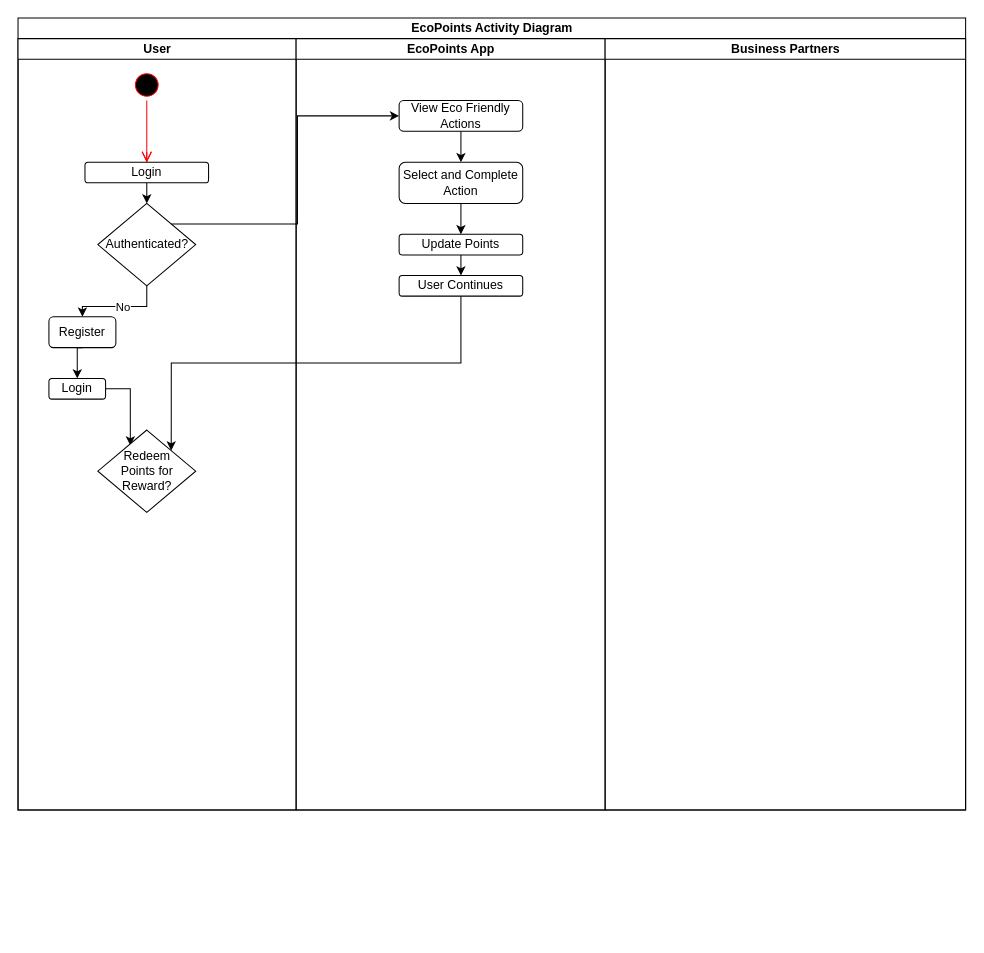
The draw.io diagram Untitled Diagram.drawio in biabcp/Test-Only, before the edit. Source tidied: cells renumbered, new cells numbered last; positions are measured from the earlier drawing's top-left corner, leaving out a move shared by most shapes. Both pictures are drawn from the tidied source at 103%, with x=0, y=0 at pixel (18, 18).
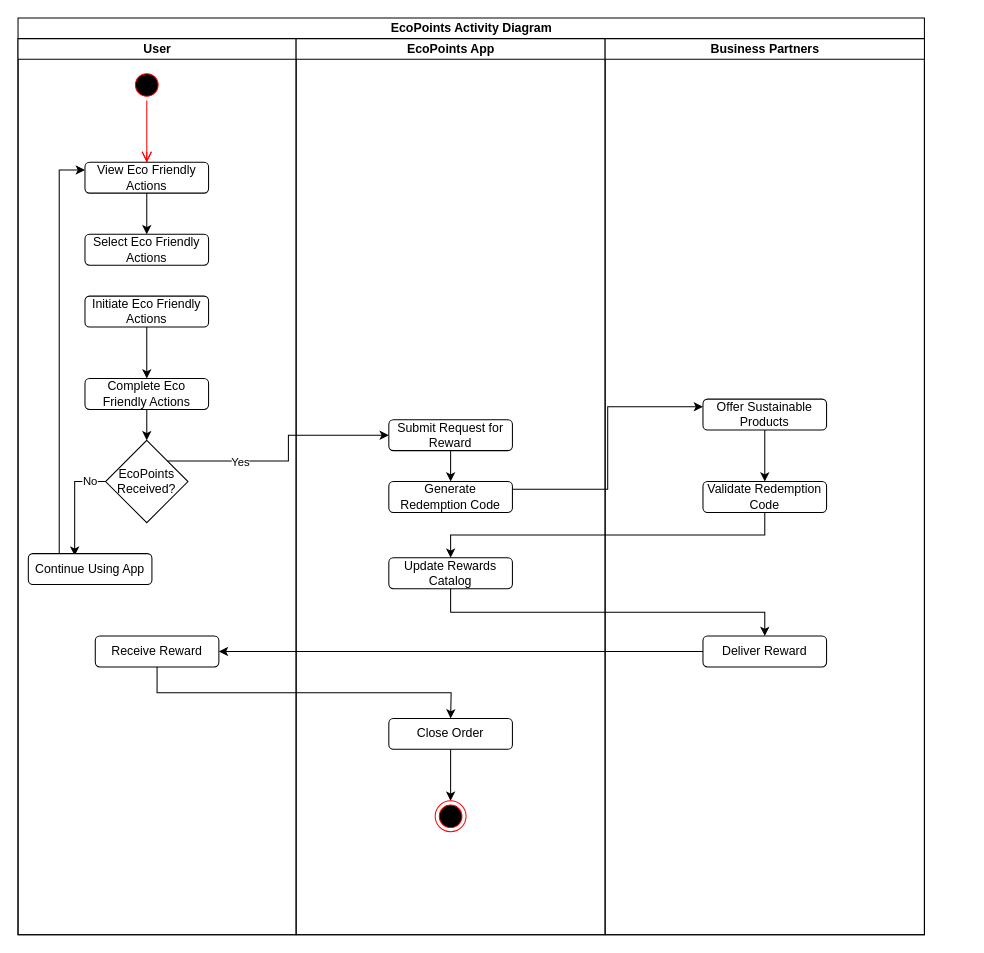
Above is the later version.

Commit message:
EcoPoints Activity Diagram.drawio

What changed in the source:
```diff
@@
     <mxCell id="2" value="EcoPoints Activity Diagram" style="swimlane;startSize=20;html=1;" parent="1" vertex="1">
-      <mxGeometry width="920" height="769" as="geometry" />
+      <mxGeometry width="880" height="890" as="geometry" />
     </mxCell>
     <mxCell id="3" value="User" style="swimlane;startSize=20;html=1;" parent="2" vertex="1">
-      <mxGeometry y="20" width="270" height="749" as="geometry" />
+      <mxGeometry y="20" width="270" height="870" as="geometry" />
     </mxCell>
@@
-    <mxCell id="6" style="edgeStyle=orthogonalEdgeStyle;rounded=0;jettySize=auto;html=1;exitX=0.5;exitY=1;exitDx=0;exitDy=0;entryX=0.5;entryY=0;entryDx=0;entryDy=0;" parent="3" edge="1" source="7" target="11">
-      <mxGeometry relative="1" as="geometry" />
-    </mxCell>
+    <mxCell id="28" style="edgeStyle=orthogonalEdgeStyle;rounded=0;jettySize=auto;html=1;exitX=0.5;exitY=1;exitDx=0;exitDy=0;entryX=0.5;entryY=0;entryDx=0;entryDy=0;" parent="3" edge="1" source="7" target="29">
+      <mxGeometry relative="1" as="geometry" />
+    </mxCell>
-    <mxCell id="7" value="Login" style="rounded=1;whiteSpace=wrap;html=1;" parent="3" vertex="1">
-      <mxGeometry x="65" y="120" width="120" height="20" as="geometry" />
+    <mxCell id="7" value="View Eco Friendly Actions" style="rounded=1;whiteSpace=wrap;html=1;" parent="3" vertex="1">
+      <mxGeometry x="65" y="120" width="120" height="30" as="geometry" />
     </mxCell>
@@
-    <mxCell id="9" style="edgeStyle=orthogonalEdgeStyle;rounded=0;jettySize=auto;html=1;exitX=0.5;exitY=1;exitDx=0;exitDy=0;entryX=0.5;entryY=0;entryDx=0;entryDy=0;" parent="3" edge="1" source="11" target="15">
-      <mxGeometry relative="1" as="geometry" />
-    </mxCell>
+    <mxCell id="29" value="Select Eco Friendly Actions" style="rounded=1;whiteSpace=wrap;html=1;" parent="3" vertex="1">
+      <mxGeometry x="65" y="190" width="120" height="30" as="geometry" />
+    </mxCell>
+    <mxCell id="30" style="edgeStyle=orthogonalEdgeStyle;rounded=0;jettySize=auto;html=1;exitX=0.5;exitY=1;exitDx=0;exitDy=0;entryX=0.5;entryY=0;entryDx=0;entryDy=0;" parent="3" edge="1" source="31" target="35">
+      <mxGeometry relative="1" as="geometry" />
+    </mxCell>
+    <mxCell id="31" value="Complete Eco Friendly Actions" style="rounded=1;whiteSpace=wrap;html=1;" parent="3" vertex="1">
+      <mxGeometry x="65" y="330" width="120" height="30" as="geometry" />
+    </mxCell>
+    <mxCell id="32" style="edgeStyle=orthogonalEdgeStyle;rounded=0;jettySize=auto;html=1;exitX=0.5;exitY=1;exitDx=0;exitDy=0;entryX=0.5;entryY=0;entryDx=0;entryDy=0;" parent="3" edge="1" source="33" target="31">
+      <mxGeometry relative="1" as="geometry" />
+    </mxCell>
+    <mxCell id="33" value="Initiate Eco Friendly Actions" style="rounded=1;whiteSpace=wrap;html=1;" parent="3" vertex="1">
+      <mxGeometry x="65" y="250" width="120" height="30" as="geometry" />
+    </mxCell>
+    <mxCell id="34" style="edgeStyle=orthogonalEdgeStyle;rounded=0;jettySize=auto;html=1;exitX=0;exitY=0.5;exitDx=0;exitDy=0;entryX=0.375;entryY=0.067;entryDx=0;entryDy=0;entryPerimeter=0;" parent="3" edge="1" source="35" target="37">
+      <mxGeometry relative="1" as="geometry" />
+    </mxCell>
-    <mxCell id="10" value="No" style="edgeLabel;html=1;align=center;verticalAlign=middle;" parent="9" vertex="1">
-      <mxGeometry x="-0.05" relative="1" as="geometry" />
+    <mxCell id="10" value="No" style="edgeLabel;html=1;align=center;verticalAlign=middle;" parent="34" vertex="1">
+      <mxGeometry x="-0.69" y="-1" relative="1" as="geometry" />
     </mxCell>
-    <mxCell id="11" value="Authenticated?" style="rhombus;whiteSpace=wrap;html=1;" parent="3" vertex="1">
-      <mxGeometry x="77.5" y="160" width="95" height="80" as="geometry" />
-    </mxCell>
-    <mxCell id="12" style="edgeStyle=orthogonalEdgeStyle;rounded=0;jettySize=auto;html=1;exitX=1;exitY=0.5;exitDx=0;exitDy=0;entryX=0.332;entryY=0.188;entryDx=0;entryDy=0;entryPerimeter=0;" parent="3" edge="1" source="13" target="16">
-      <mxGeometry relative="1" as="geometry" />
-    </mxCell>
-    <mxCell id="13" value="Login" style="rounded=1;whiteSpace=wrap;html=1;" parent="3" vertex="1">
-      <mxGeometry x="30" y="330" width="55" height="20" as="geometry" />
-    </mxCell>
-    <mxCell id="14" style="edgeStyle=orthogonalEdgeStyle;rounded=0;jettySize=auto;html=1;exitX=0.5;exitY=1;exitDx=0;exitDy=0;entryX=0.5;entryY=0;entryDx=0;entryDy=0;" parent="3" edge="1" source="15" target="13">
-      <mxGeometry relative="1" as="geometry" />
-    </mxCell>
-    <mxCell id="15" value="Register" style="rounded=1;whiteSpace=wrap;html=1;" parent="3" vertex="1">
-      <mxGeometry x="30" y="270" width="65" height="30" as="geometry" />
-    </mxCell>
-    <mxCell id="16" value="Redeem&lt;br&gt;Points for&lt;br&gt;Reward?" style="rhombus;whiteSpace=wrap;html=1;" parent="3" vertex="1">
-      <mxGeometry x="77.5" y="380" width="95" height="80" as="geometry" />
-    </mxCell>
+    <mxCell id="35" value="EcoPoints Received?" style="rhombus;whiteSpace=wrap;html=1;" parent="3" vertex="1">
+      <mxGeometry x="85" y="390" width="80" height="80" as="geometry" />
+    </mxCell>
+    <mxCell id="36" style="edgeStyle=orthogonalEdgeStyle;rounded=0;jettySize=auto;html=1;exitX=0.25;exitY=0;exitDx=0;exitDy=0;entryX=0;entryY=0.25;entryDx=0;entryDy=0;" parent="3" edge="1" source="37" target="7">
+      <mxGeometry relative="1" as="geometry" />
+    </mxCell>
+    <mxCell id="37" value="Continue Using App" style="rounded=1;whiteSpace=wrap;html=1;" parent="3" vertex="1">
+      <mxGeometry x="10" y="500" width="120" height="30" as="geometry" />
+    </mxCell>
+    <mxCell id="38" style="edgeStyle=orthogonalEdgeStyle;rounded=0;jettySize=auto;html=1;exitX=0.5;exitY=1;exitDx=0;exitDy=0;" parent="3" edge="1" source="39">
+      <mxGeometry relative="1" as="geometry">
+        <mxPoint x="420" y="660" as="targetPoint" />
+      </mxGeometry>
+    </mxCell>
+    <mxCell id="39" value="Receive Reward" style="rounded=1;whiteSpace=wrap;html=1;" parent="3" vertex="1">
+      <mxGeometry x="75" y="580" width="120" height="30" as="geometry" />
+    </mxCell>
     <mxCell id="17" value="EcoPoints App" style="swimlane;startSize=20;html=1;" parent="2" vertex="1">
-      <mxGeometry x="270" y="20" width="300" height="749" as="geometry" />
+      <mxGeometry x="270" y="20" width="300" height="870" as="geometry" />
     </mxCell>
-    <mxCell id="18" style="edgeStyle=orthogonalEdgeStyle;rounded=0;jettySize=auto;html=1;exitX=0.5;exitY=1;exitDx=0;exitDy=0;entryX=0.5;entryY=0;entryDx=0;entryDy=0;" parent="17" edge="1" source="19" target="21">
-      <mxGeometry relative="1" as="geometry" />
-    </mxCell>
-    <mxCell id="19" value="View Eco Friendly Actions" style="rounded=1;whiteSpace=wrap;html=1;" parent="17" vertex="1">
-      <mxGeometry x="100" y="60" width="120" height="30" as="geometry" />
-    </mxCell>
-    <mxCell id="20" style="edgeStyle=orthogonalEdgeStyle;rounded=0;jettySize=auto;html=1;exitX=0.5;exitY=1;exitDx=0;exitDy=0;entryX=0.5;entryY=0;entryDx=0;entryDy=0;" parent="17" edge="1" source="21" target="23">
-      <mxGeometry relative="1" as="geometry" />
-    </mxCell>
-    <mxCell id="21" value="Select and Complete Action" style="rounded=1;whiteSpace=wrap;html=1;" parent="17" vertex="1">
-      <mxGeometry x="100" y="120" width="120" height="40" as="geometry" />
-    </mxCell>
-    <mxCell id="22" style="edgeStyle=orthogonalEdgeStyle;rounded=0;jettySize=auto;html=1;exitX=0.5;exitY=1;exitDx=0;exitDy=0;entryX=0.5;entryY=0;entryDx=0;entryDy=0;" parent="17" edge="1" source="23" target="24">
-      <mxGeometry relative="1" as="geometry" />
-    </mxCell>
-    <mxCell id="23" value="Update Points" style="rounded=1;whiteSpace=wrap;html=1;" parent="17" vertex="1">
-      <mxGeometry x="100" y="190" width="120" height="20" as="geometry" />
-    </mxCell>
-    <mxCell id="24" value="User Continues" style="rounded=1;whiteSpace=wrap;html=1;" parent="17" vertex="1">
-      <mxGeometry x="100" y="230" width="120" height="20" as="geometry" />
-    </mxCell>
+    <mxCell id="40" style="edgeStyle=orthogonalEdgeStyle;rounded=0;jettySize=auto;html=1;exitX=0.5;exitY=1;exitDx=0;exitDy=0;entryX=0.5;entryY=0;entryDx=0;entryDy=0;" parent="17" edge="1" source="41" target="42">
+      <mxGeometry relative="1" as="geometry" />
+    </mxCell>
+    <mxCell id="41" value="Submit Request for Reward" style="rounded=1;whiteSpace=wrap;html=1;" parent="17" vertex="1">
+      <mxGeometry x="90" y="370" width="120" height="30" as="geometry" />
+    </mxCell>
+    <mxCell id="42" value="Generate Redemption Code" style="rounded=1;whiteSpace=wrap;html=1;" parent="17" vertex="1">
+      <mxGeometry x="90" y="430" width="120" height="30" as="geometry" />
+    </mxCell>
+    <mxCell id="43" value="Update Rewards Catalog" style="rounded=1;whiteSpace=wrap;html=1;" parent="17" vertex="1">
+      <mxGeometry x="90" y="504" width="120" height="30" as="geometry" />
+    </mxCell>
+    <mxCell id="44" style="edgeStyle=orthogonalEdgeStyle;rounded=0;jettySize=auto;html=1;exitX=0.5;exitY=1;exitDx=0;exitDy=0;entryX=0.5;entryY=0;entryDx=0;entryDy=0;" parent="17" edge="1" source="45" target="46">
+      <mxGeometry relative="1" as="geometry" />
+    </mxCell>
+    <mxCell id="45" value="Close Order" style="rounded=1;whiteSpace=wrap;html=1;" parent="17" vertex="1">
+      <mxGeometry x="90" y="660" width="120" height="30" as="geometry" />
+    </mxCell>
+    <mxCell id="46" style="ellipse;html=1;shape=endState;fillColor=#000000;strokeColor=#ff0000;" parent="17" vertex="1">
+      <mxGeometry x="135" y="740" width="30" height="30" as="geometry" />
+    </mxCell>
+    <mxCell id="47" style="edgeStyle=orthogonalEdgeStyle;rounded=0;jettySize=auto;html=1;exitX=1;exitY=0;exitDx=0;exitDy=0;entryX=0;entryY=0.5;entryDx=0;entryDy=0;" parent="2" edge="1" source="35" target="41">
+      <mxGeometry relative="1" as="geometry" />
+    </mxCell>
+    <mxCell id="48" value="Yes" style="edgeLabel;html=1;align=center;verticalAlign=middle;" parent="47" vertex="1">
+      <mxGeometry x="-0.42" relative="1" as="geometry" />
+    </mxCell>
     <mxCell id="25" value="Business Partners" style="swimlane;startSize=20;html=1;" parent="2" vertex="1">
-      <mxGeometry x="570" y="20" width="350" height="749" as="geometry" />
+      <mxGeometry x="570" y="20" width="310" height="870" as="geometry" />
     </mxCell>
-    <mxCell id="26" style="edgeStyle=orthogonalEdgeStyle;rounded=0;jettySize=auto;html=1;exitX=1;exitY=0;exitDx=0;exitDy=0;entryX=0;entryY=0.5;entryDx=0;entryDy=0;" parent="2" edge="1" source="11" target="19">
-      <mxGeometry relative="1" as="geometry" />
-    </mxCell>
-    <mxCell id="27" style="edgeStyle=orthogonalEdgeStyle;rounded=0;jettySize=auto;html=1;exitX=0.5;exitY=1;exitDx=0;exitDy=0;entryX=1;entryY=0;entryDx=0;entryDy=0;" parent="2" edge="1" source="24" target="16">
-      <mxGeometry relative="1" as="geometry" />
-    </mxCell>
+    <mxCell id="49" value="Deliver Reward" style="rounded=1;whiteSpace=wrap;html=1;" parent="25" vertex="1">
+      <mxGeometry x="95" y="580" width="120" height="30" as="geometry" />
+    </mxCell>
+    <mxCell id="50" value="Validate Redemption Code" style="rounded=1;whiteSpace=wrap;html=1;" parent="25" vertex="1">
+      <mxGeometry x="95" y="430" width="120" height="30" as="geometry" />
+    </mxCell>
+    <mxCell id="51" style="edgeStyle=orthogonalEdgeStyle;rounded=0;jettySize=auto;html=1;exitX=0.5;exitY=1;exitDx=0;exitDy=0;entryX=0.5;entryY=0;entryDx=0;entryDy=0;" parent="25" edge="1" source="52" target="50">
+      <mxGeometry relative="1" as="geometry" />
+    </mxCell>
+    <mxCell id="52" value="Offer Sustainable Products" style="rounded=1;whiteSpace=wrap;html=1;" parent="25" vertex="1">
+      <mxGeometry x="95" y="350" width="120" height="30" as="geometry" />
+    </mxCell>
+    <mxCell id="53" style="edgeStyle=orthogonalEdgeStyle;rounded=0;jettySize=auto;html=1;exitX=1;exitY=0.25;exitDx=0;exitDy=0;entryX=0;entryY=0.25;entryDx=0;entryDy=0;" parent="2" edge="1" source="42" target="52">
+      <mxGeometry relative="1" as="geometry" />
+    </mxCell>
+    <mxCell id="54" style="edgeStyle=orthogonalEdgeStyle;rounded=0;jettySize=auto;html=1;exitX=0.5;exitY=1;exitDx=0;exitDy=0;entryX=0.5;entryY=0;entryDx=0;entryDy=0;" parent="2" edge="1" source="50" target="43">
+      <mxGeometry relative="1" as="geometry" />
+    </mxCell>
+    <mxCell id="55" style="edgeStyle=orthogonalEdgeStyle;rounded=0;jettySize=auto;html=1;exitX=0.5;exitY=1;exitDx=0;exitDy=0;entryX=0.5;entryY=0;entryDx=0;entryDy=0;" parent="2" edge="1" source="43" target="49">
+      <mxGeometry relative="1" as="geometry" />
+    </mxCell>
+    <mxCell id="56" style="edgeStyle=orthogonalEdgeStyle;rounded=0;jettySize=auto;html=1;exitX=0;exitY=0.5;exitDx=0;exitDy=0;entryX=1;entryY=0.5;entryDx=0;entryDy=0;" parent="2" edge="1" source="49" target="39">
+      <mxGeometry relative="1" as="geometry" />
+    </mxCell>
```
